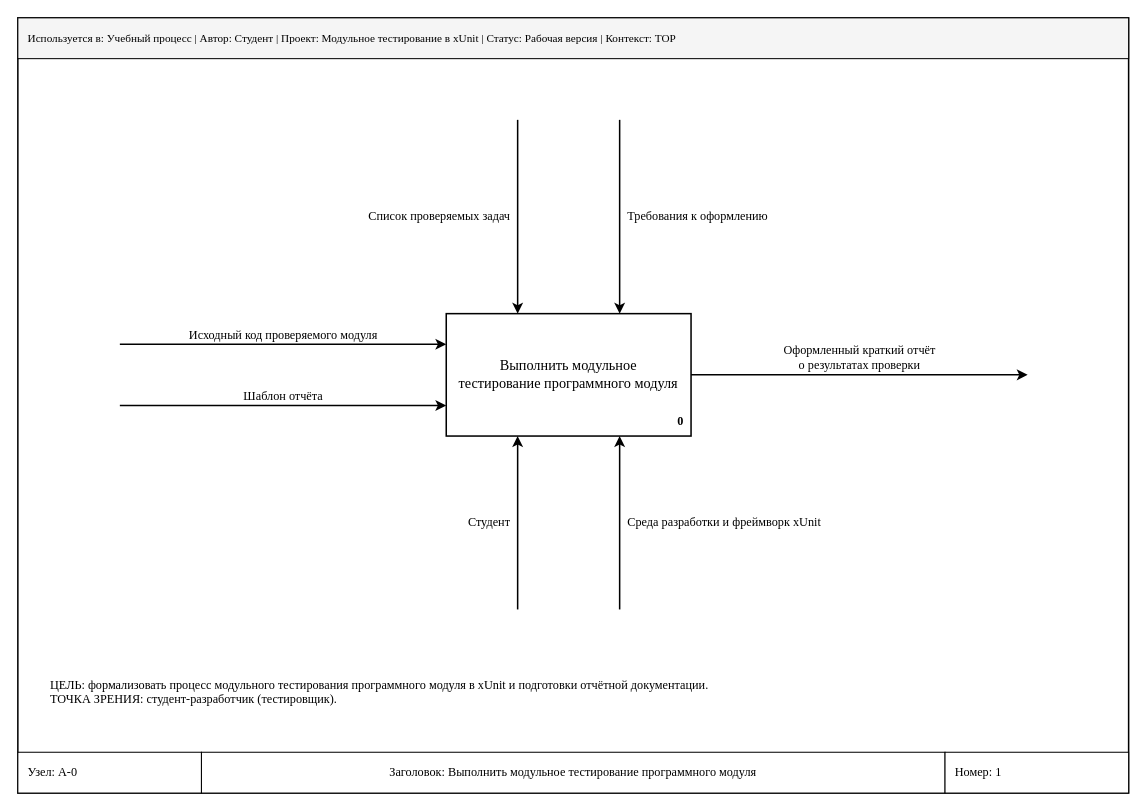
Above: page "A-0 (Контекстная)" (1 of 3) of Pr6/Task_5_5_IDEF0_Diagrams.drawio in dierpirlo-ui/PITPM (draw.io), before the change. Source tidied: cells renumbered, new cells numbered last; positions are measured from the earlier drawing's top-left corner, leaving out a move shared by most shapes. Both pictures are drawn from the tidied source at 102%, with x=0, y=0 at pixel (17, 17).
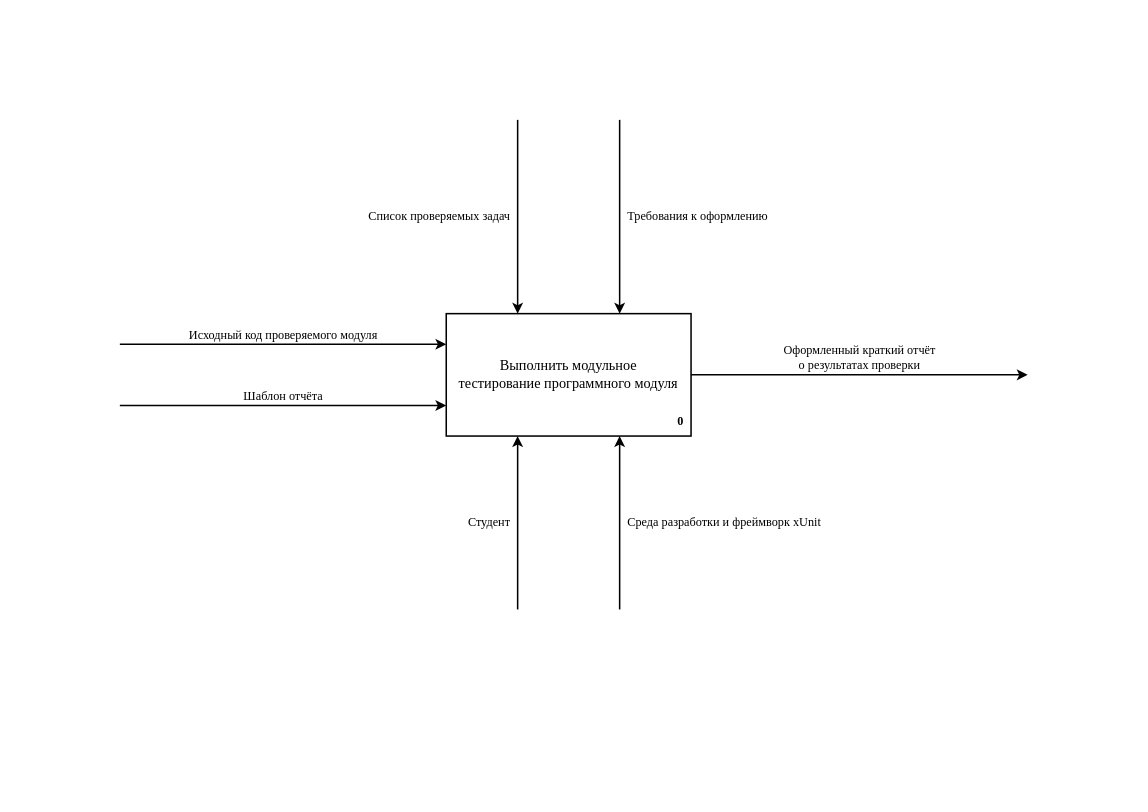
The same diagram, later.

Change to the diagram source:
```diff
@@
-    <mxCell id="2" style="rounded=0;whiteSpace=wrap;html=1;fillColor=none;strokeColor=#000000;strokeWidth=1.5;" parent="1" vertex="1">
-      <mxGeometry width="1089" height="760" as="geometry" />
-    </mxCell>
-    <mxCell id="3" value="Используется в: Учебный процесс | Автор: Студент | Проект: Модульное тестирование в xUnit | Статус: Рабочая версия | Контекст: TOP" style="rounded=0;whiteSpace=wrap;html=1;fillColor=#f5f5f5;strokeColor=#000000;strokeWidth=1;fontFamily=Times New Roman;fontSize=11;align=left;spacingLeft=8;" parent="1" vertex="1">
-      <mxGeometry width="1089" height="40" as="geometry" />
-    </mxCell>
-    <mxCell id="4" value="Узел: А-0" style="rounded=0;whiteSpace=wrap;html=1;fillColor=#ffffff;strokeColor=#000000;strokeWidth=1;fontFamily=Times New Roman;fontSize=12;align=left;spacingLeft=8;" parent="1" vertex="1">
-      <mxGeometry y="720" width="180" height="40" as="geometry" />
-    </mxCell>
-    <mxCell id="5" value="Заголовок: Выполнить модульное тестирование программного модуля" style="rounded=0;whiteSpace=wrap;html=1;fillColor=#ffffff;strokeColor=#000000;strokeWidth=1;fontFamily=Times New Roman;fontSize=12;align=center;" parent="1" vertex="1">
-      <mxGeometry x="180" y="720" width="729" height="40" as="geometry" />
-    </mxCell>
-    <mxCell id="6" value="Номер: 1" style="rounded=0;whiteSpace=wrap;html=1;fillColor=#ffffff;strokeColor=#000000;strokeWidth=1;fontFamily=Times New Roman;fontSize=12;align=left;spacingLeft=8;" parent="1" vertex="1">
-      <mxGeometry x="909" y="720" width="180" height="40" as="geometry" />
-    </mxCell>
@@
-    <mxCell id="16" value="ЦЕЛЬ: формализовать процесс модульного тестирования программного модуля в xUnit и подготовки отчётной документации.&#10;ТОЧКА ЗРЕНИЯ: студент-разработчик (тестировщик)." style="text;html=1;strokeColor=none;fillColor=none;align=left;verticalAlign=top;whiteSpace=wrap;rounded=0;fontFamily=Times New Roman;fontSize=12;" parent="1" vertex="1">
-      <mxGeometry x="30" y="640" width="900" height="50" as="geometry" />
-    </mxCell>
```
